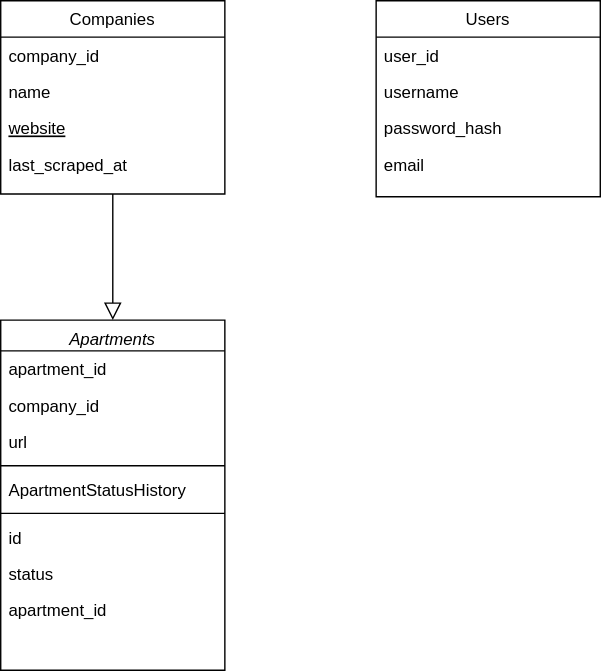
Above: docs/img/mongo_db-diagram.svg in danyambuehl/ITCNE23-SEM-Ill (draw.io), before the change. Source tidied: cells renumbered, new cells last; positions are measured from the earlier drawing's top-left corner, leaving out a move shared by most shapes.
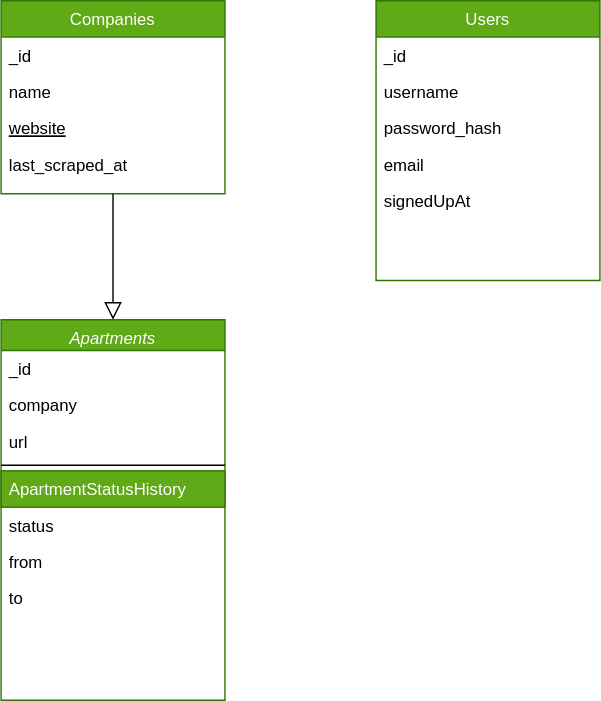
After the change.

The edit, as a diff of the source:
```diff
@@ -2,13 +2,13 @@
   <root>
     <mxCell id="0" />
     <mxCell id="1" parent="0" />
-    <mxCell id="2" value="Apartments" style="swimlane;fontStyle=2;align=center;verticalAlign=top;horizontal=1;startSize=22;rounded=0;shadow=0;strokeWidth=1;" parent="1" vertex="1">
-      <mxGeometry y="228" width="160" height="250" as="geometry" />
+    <mxCell id="2" value="Apartments" style="swimlane;fontStyle=2;align=center;verticalAlign=top;horizontal=1;startSize=22;rounded=0;shadow=0;strokeWidth=1;fillColor=#60a917;fontColor=#ffffff;strokeColor=#2D7600;" parent="1" vertex="1">
+      <mxGeometry y="228" width="160" height="272" as="geometry" />
     </mxCell>
-    <mxCell id="3" value="apartment_id" style="text;align=left;verticalAlign=top;spacingLeft=4;spacingRight=4;overflow=hidden;" parent="2" vertex="1">
+    <mxCell id="3" value="_id" style="text;align=left;verticalAlign=top;spacingLeft=4;spacingRight=4;overflow=hidden;" parent="2" vertex="1">
       <mxGeometry y="22" width="160" height="26" as="geometry" />
     </mxCell>
-    <mxCell id="4" value="company_id" style="text;align=left;verticalAlign=top;spacingLeft=4;spacingRight=4;overflow=hidden;rounded=0;shadow=0;html=0;" parent="2" vertex="1">
+    <mxCell id="4" value="company" style="text;align=left;verticalAlign=top;spacingLeft=4;spacingRight=4;overflow=hidden;rounded=0;shadow=0;html=0;" parent="2" vertex="1">
       <mxGeometry y="48" width="160" height="26" as="geometry" />
     </mxCell>
     <mxCell id="5" value="url" style="text;align=left;verticalAlign=top;spacingLeft=4;spacingRight=4;overflow=hidden;rounded=0;shadow=0;html=0;" parent="2" vertex="1">
@@ -17,25 +17,22 @@
     <mxCell id="6" style="line;html=1;strokeWidth=1;align=left;verticalAlign=middle;spacingTop=-1;spacingLeft=3;spacingRight=3;labelPosition=right;" parent="2" vertex="1">
       <mxGeometry y="100" width="160" height="8" as="geometry" />
     </mxCell>
-    <mxCell id="7" value="ApartmentStatusHistory    " style="text;align=left;verticalAlign=top;spacingLeft=4;spacingRight=4;overflow=hidden;" parent="2" vertex="1">
+    <mxCell id="7" value="ApartmentStatusHistory    " style="text;align=left;verticalAlign=top;spacingLeft=4;spacingRight=4;overflow=hidden;fillColor=#60a917;fontColor=#ffffff;strokeColor=#2D7600;" parent="2" vertex="1">
       <mxGeometry y="108" width="160" height="26" as="geometry" />
     </mxCell>
-    <mxCell id="8" style="line;html=1;strokeWidth=1;align=left;verticalAlign=middle;spacingTop=-1;spacingLeft=3;spacingRight=3;labelPosition=right;" parent="2" vertex="1">
-      <mxGeometry y="134" width="160" height="8" as="geometry" />
-    </mxCell>
+    <mxCell id="10" value="status" style="text;align=left;verticalAlign=top;spacingLeft=4;spacingRight=4;overflow=hidden;" parent="2" vertex="1">
+      <mxGeometry y="134" width="160" height="26" as="geometry" />
+    </mxCell>
-    <mxCell id="9" value="id" style="text;align=left;verticalAlign=top;spacingLeft=4;spacingRight=4;overflow=hidden;" parent="2" vertex="1">
-      <mxGeometry y="142" width="160" height="26" as="geometry" />
+    <mxCell id="9" value="from" style="text;align=left;verticalAlign=top;spacingLeft=4;spacingRight=4;overflow=hidden;" parent="2" vertex="1">
+      <mxGeometry y="160" width="160" height="26" as="geometry" />
     </mxCell>
-    <mxCell id="10" value="status" style="text;align=left;verticalAlign=top;spacingLeft=4;spacingRight=4;overflow=hidden;" parent="2" vertex="1">
-      <mxGeometry y="168" width="160" height="26" as="geometry" />
-    </mxCell>
-    <mxCell id="11" value="apartment_id" style="text;align=left;verticalAlign=top;spacingLeft=4;spacingRight=4;overflow=hidden;" parent="2" vertex="1">
-      <mxGeometry y="194" width="160" height="26" as="geometry" />
+    <mxCell id="11" value="to" style="text;align=left;verticalAlign=top;spacingLeft=4;spacingRight=4;overflow=hidden;" parent="2" vertex="1">
+      <mxGeometry y="186" width="160" height="26" as="geometry" />
     </mxCell>
-    <mxCell id="12" value="Companies" style="swimlane;fontStyle=0;align=center;verticalAlign=top;horizontal=1;startSize=26;rounded=0;shadow=0;strokeWidth=1;" parent="1" vertex="1">
+    <mxCell id="12" value="Companies" style="swimlane;fontStyle=0;align=center;verticalAlign=top;horizontal=1;startSize=26;rounded=0;shadow=0;strokeWidth=1;fillColor=#60a917;fontColor=#ffffff;strokeColor=#2D7600;" parent="1" vertex="1">
       <mxGeometry width="160" height="138" as="geometry" />
     </mxCell>
-    <mxCell id="13" value="company_id" style="text;align=left;verticalAlign=top;spacingLeft=4;spacingRight=4;overflow=hidden;" parent="12" vertex="1">
+    <mxCell id="13" value="_id" style="text;align=left;verticalAlign=top;spacingLeft=4;spacingRight=4;overflow=hidden;" parent="12" vertex="1">
       <mxGeometry y="26" width="160" height="26" as="geometry" />
     </mxCell>
     <mxCell id="14" value="name" style="text;align=left;verticalAlign=top;spacingLeft=4;spacingRight=4;overflow=hidden;rounded=0;shadow=0;html=0;" parent="12" vertex="1">
@@ -50,10 +47,10 @@
     <mxCell id="17" style="endArrow=block;endSize=10;endFill=0;shadow=0;strokeWidth=1;rounded=0;edgeStyle=elbowEdgeStyle;elbow=vertical;" parent="1" edge="1" source="12" target="2">
       <mxGeometry relative="1" as="geometry" />
     </mxCell>
-    <mxCell id="18" value="Users" style="swimlane;fontStyle=0;align=center;verticalAlign=top;horizontal=1;startSize=26;rounded=0;shadow=0;strokeWidth=1;" parent="1" vertex="1">
-      <mxGeometry x="268" width="160" height="140" as="geometry" />
+    <mxCell id="18" value="Users" style="swimlane;fontStyle=0;align=center;verticalAlign=top;horizontal=1;startSize=26;rounded=0;shadow=0;strokeWidth=1;fillColor=#60a917;fontColor=#ffffff;strokeColor=#2D7600;" parent="1" vertex="1">
+      <mxGeometry x="268" width="160" height="200" as="geometry" />
     </mxCell>
-    <mxCell id="19" value="user_id" style="text;align=left;verticalAlign=top;spacingLeft=4;spacingRight=4;overflow=hidden;" parent="18" vertex="1">
+    <mxCell id="19" value="_id" style="text;align=left;verticalAlign=top;spacingLeft=4;spacingRight=4;overflow=hidden;" parent="18" vertex="1">
       <mxGeometry y="26" width="160" height="26" as="geometry" />
     </mxCell>
     <mxCell id="20" value="username" style="text;align=left;verticalAlign=top;spacingLeft=4;spacingRight=4;overflow=hidden;rounded=0;shadow=0;html=0;" parent="18" vertex="1">
@@ -65,5 +62,8 @@
     <mxCell id="22" value="email" style="text;align=left;verticalAlign=top;spacingLeft=4;spacingRight=4;overflow=hidden;rounded=0;shadow=0;html=0;" parent="18" vertex="1">
       <mxGeometry y="104" width="160" height="26" as="geometry" />
     </mxCell>
+    <mxCell id="23" value="signedUpAt" style="text;align=left;verticalAlign=top;spacingLeft=4;spacingRight=4;overflow=hidden;rounded=0;shadow=0;html=0;" parent="18" vertex="1">
+      <mxGeometry y="130" width="160" height="26" as="geometry" />
+    </mxCell>
   </root>
 </mxGraphModel>
```
